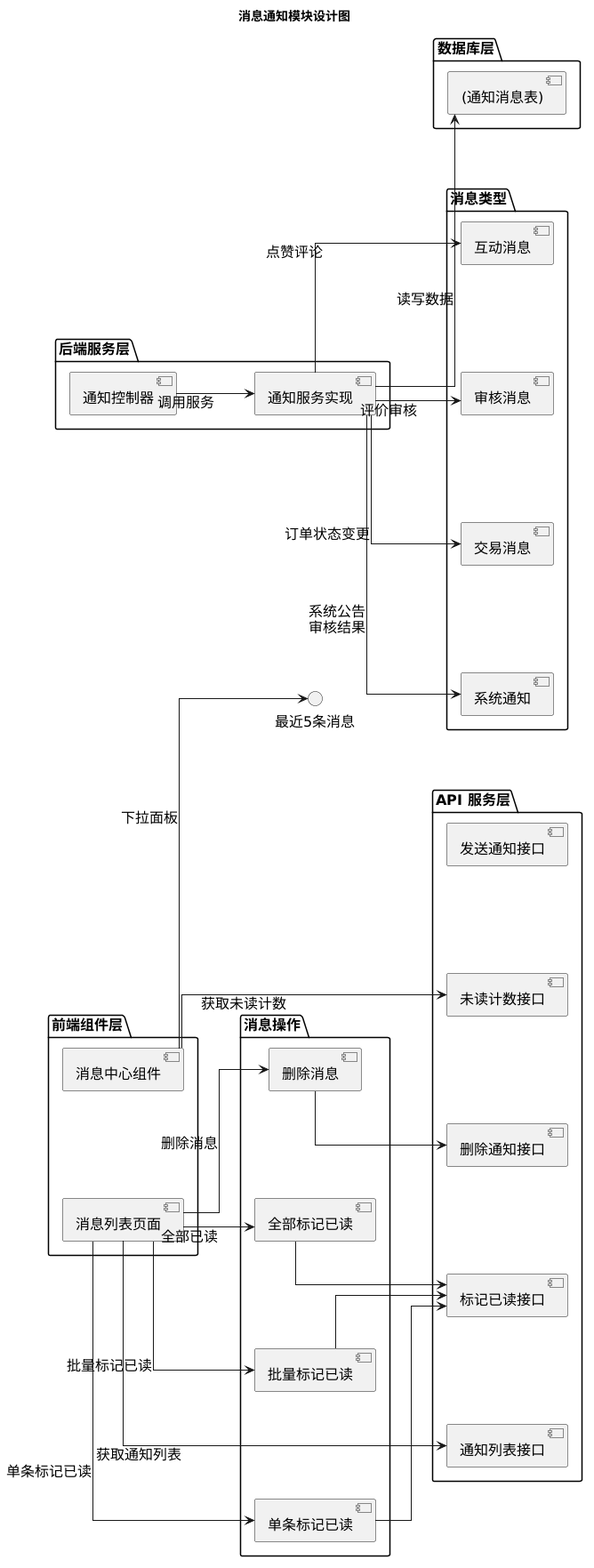
RYELOBE/hmapp01 keeps this PlantUML diagram as docs/arch-notification.png. Above is the earlier version.
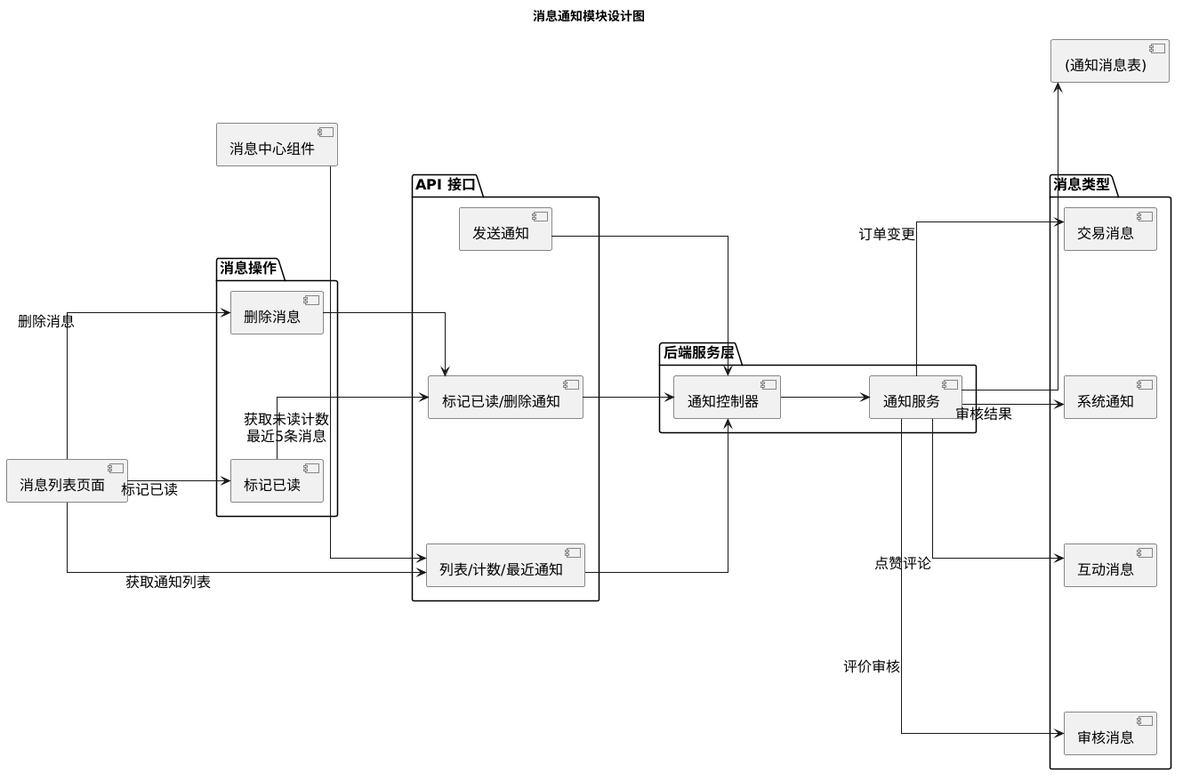
The same file after the commit.

Commit message:
feat: 项目代码业务逻辑与技术文档

Diff of the diagram source:
```diff
@@ -2,41 +2,33 @@
 skinparam backgroundColor #FFFFFF
 skinparam shadowing false
 skinparam linetype ortho
-skinparam nodesep 120
-skinparam ranksep 80
+skinparam nodesep 140
+skinparam ranksep 100
 skinparam defaultFontSize 16
 left to right direction
 
 title 消息通知模块设计图
 
-package "前端组件层" {
-    [消息中心组件] as msgCenter
-    [消息列表页面] as msgList
+[消息中心组件] as msgCenter
+[消息列表页面] as msgList
+
+package "消息操作" {
+    [标记已读] as markRead
+    [删除消息] as deleteMsg
 }
 
-package "消息操作" {
-    [单条标记已读] as markSingle
-    [批量标记已读] as markBatch
-    [全部标记已读] as markAll
-    [删除消息] as delete
-}
-
-package "API 服务层" {
-    [通知列表接口] as listApi
-    [未读计数接口] as countApi
-    [标记已读接口] as markApi
-    [删除通知接口] as deleteApi
-    [发送通知接口] as sendApi
+package "API 接口" {
+    [列表/计数/最近通知] as api1
+    [标记已读/删除通知] as api2
+    [发送通知] as api3
 }
 
 package "后端服务层" {
     [通知控制器] as controller
-    [通知服务实现] as service
+    [通知服务] as service
 }
 
-package "数据库层" {
-    [(通知消息表)] as notifTable
-}
+[(通知消息表)] as notifTable
 
 package "消息类型" {
     [系统通知] as sysMsg
@@ -45,25 +37,21 @@
     [互动消息] as interactMsg
 }
 
-msgCenter --> countApi : 获取未读计数
-msgCenter --> "最近5条消息" : 下拉面板
-msgList --> listApi : 获取通知列表
+msgCenter --> api1 : 获取未读计数\n最近5条消息
+msgList --> api1 : 获取通知列表
+msgList --> markRead : 标记已读
+msgList --> deleteMsg : 删除消息
+markRead --> api2
+deleteMsg --> api2
 
-msgList --> markSingle : 单条标记已读
-msgList --> markBatch : 批量标记已读
-msgList --> markAll : 全部已读
-msgList --> delete : 删除消息
+api1 --> controller
+api2 --> controller
+api3 --> controller
+controller --> service
+service --> notifTable
 
-markSingle --> markApi
-markBatch --> markApi
-markAll --> markApi
-delete --> deleteApi
-
-controller --> service : 调用服务
-service --> notifTable : 读写数据
-
-service --> sysMsg : 系统公告\n审核结果
-service --> tradeMsg : 订单状态变更
+service --> sysMsg : 审核结果
+service --> tradeMsg : 订单变更
 service --> reviewMsg : 评价审核
 service --> interactMsg : 点赞评论
 @enduml
```
